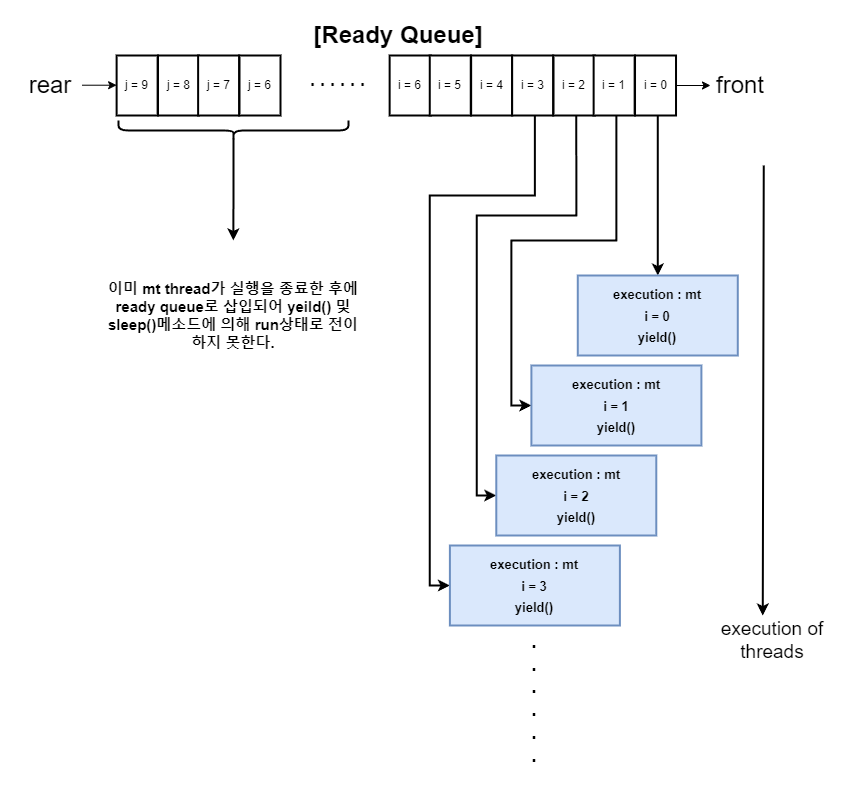
The draw.io diagram static/image/OS/nachos_practice01_1.png in JS970/JS970.github.io, before a commit. Source tidied: cells renumbered, new cells last; positions are measured from the earlier drawing's top-left corner, leaving out a move shared by most shapes.
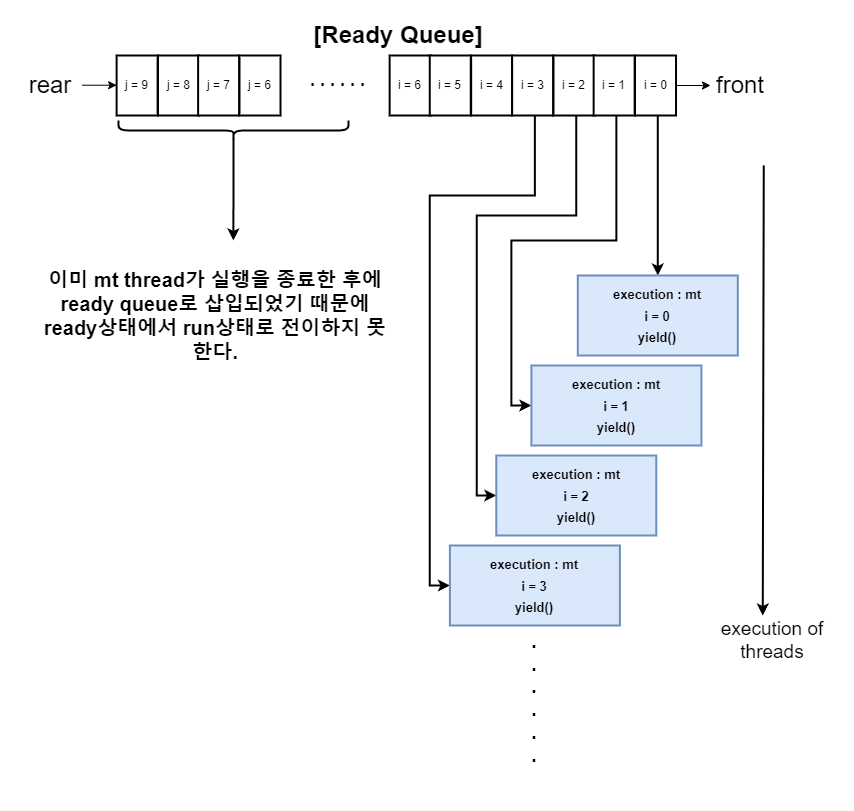
After the commit.

Change to the diagram source:
```diff
@@ -121,8 +121,8 @@
     <mxCell id="31" style="shape=curlyBracket;whiteSpace=wrap;html=1;rounded=1;flipH=1;labelPosition=right;verticalLabelPosition=middle;align=left;verticalAlign=middle;strokeWidth=2;fontSize=13;rotation=90;" parent="1" vertex="1">
       <mxGeometry x="203" width="20" height="230" as="geometry" />
     </mxCell>
-    <mxCell id="32" value="&lt;b&gt;&lt;font style=&quot;font-size: 15px;&quot;&gt;이미 mt thread가 실행을 종료한 후에 ready queue로 삽입되어 yeild() 및 sleep()메소드에 의해 run상태로 전이하지 못한다.&lt;/font&gt;&lt;/b&gt;" style="text;html=1;strokeColor=none;fillColor=none;align=center;verticalAlign=middle;whiteSpace=wrap;rounded=0;fontSize=13;" parent="1" vertex="1">
-      <mxGeometry x="83.2" y="224.5" width="259.5" height="151" as="geometry" />
+    <mxCell id="32" value="&lt;b style=&quot;font-size: 20px;&quot;&gt;&lt;font style=&quot;font-size: 20px;&quot;&gt;이미 mt thread가 실행을 종료한 후에 ready queue로 삽입되었기 때문에 ready상태에서 run상태로 전이하지 못한다.&lt;/font&gt;&lt;/b&gt;" style="text;html=1;strokeColor=none;fillColor=none;align=center;verticalAlign=middle;whiteSpace=wrap;rounded=0;fontSize=20;" parent="1" vertex="1">
+      <mxGeometry x="20" y="224.5" width="350" height="151" as="geometry" />
     </mxCell>
   </root>
 </mxGraphModel>
```
